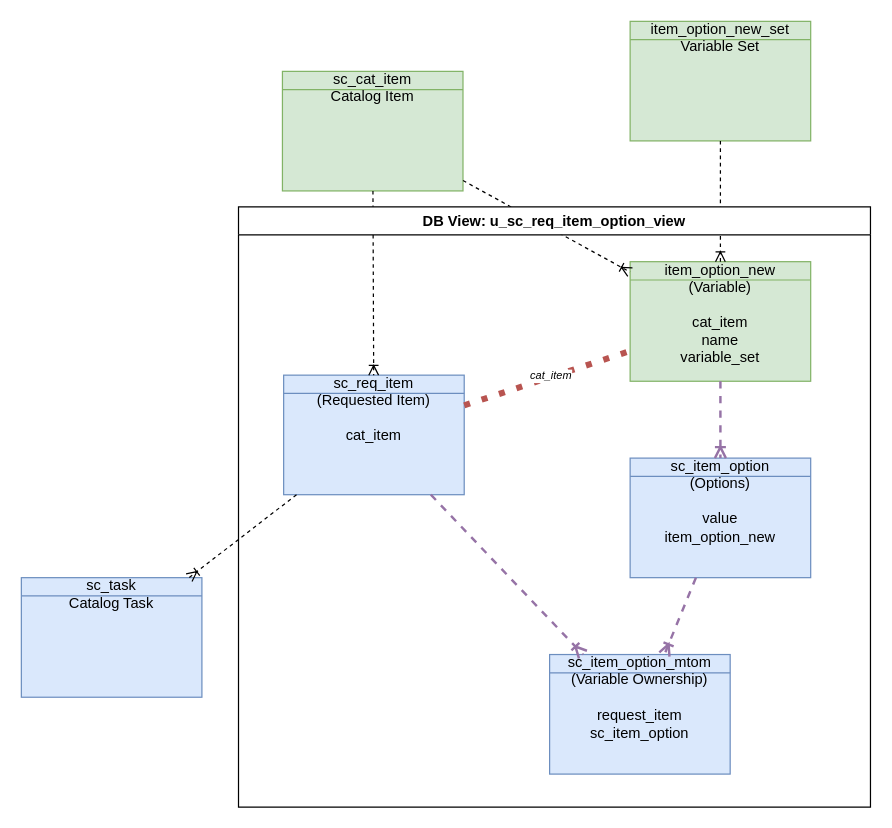
algimas/tmp keeps this draw.io diagram as page "Cat_PVS" (3 of 3) of DBsReClassV1.drawio. Above is the earlier version. Source tidied: cells renumbered, new cells numbered last; positions are measured from the earlier drawing's top-left corner, leaving out a move shared by most shapes. Both pictures are drawn from the tidied source at 122%, with x=0, y=0 at pixel (21, 21).
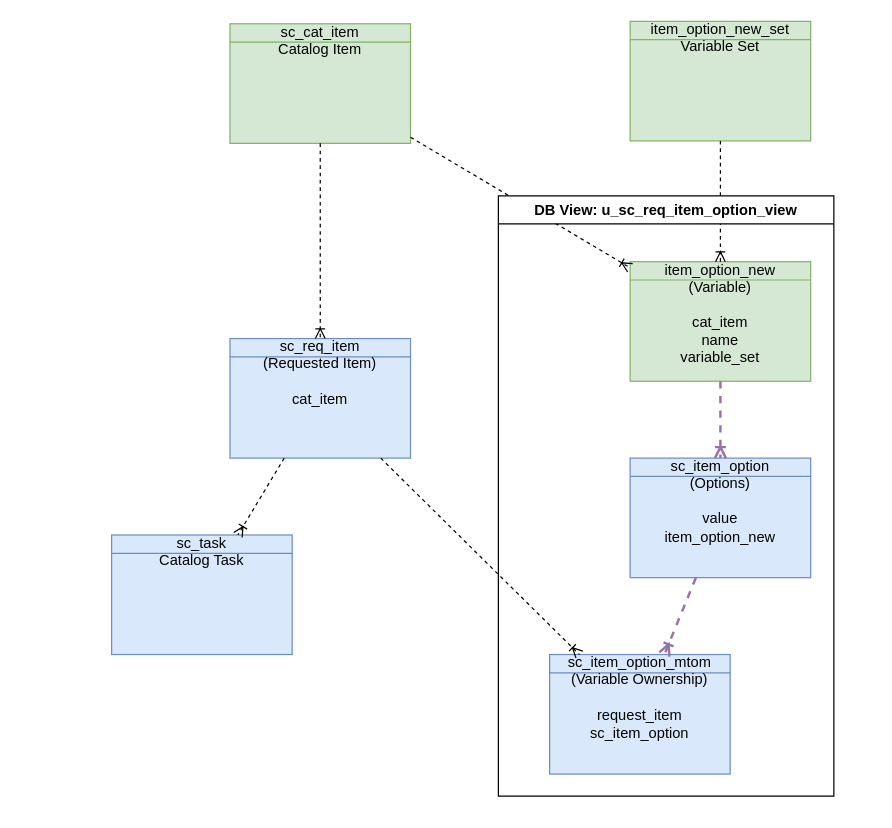
The same page after the edit.

Change to the diagram source:
```diff
@@
 <mxGraphModel>
   <root>
     <mxCell id="0" />
     <mxCell id="1" parent="0" />
     <mxCell id="2" value="item_option_new&lt;br&gt;(Variable)&lt;br&gt;&lt;br&gt;cat_item&lt;br&gt;name&lt;br&gt;variable_set" style="html=1;outlineConnect=0;whiteSpace=wrap;fillColor=#d5e8d4;shape=mxgraph.archimate3.businessObject;overflow=fill;strokeColor=#82b366;" parent="1" vertex="1">
       <mxGeometry x="499" y="197" width="148" height="98" as="geometry" />
     </mxCell>
     <mxCell id="3" value="sc_cat_item&lt;br&gt;Catalog Item" style="html=1;outlineConnect=0;whiteSpace=wrap;fillColor=#d5e8d4;shape=mxgraph.archimate3.businessObject;overflow=fill;strokeColor=#82b366;" parent="1" vertex="1">
-      <mxGeometry x="214" y="41" width="148" height="98" as="geometry" />
+      <mxGeometry x="171" y="2" width="148" height="98" as="geometry" />
     </mxCell>
     <mxCell id="4" style="html=1;dashed=1;labelBackgroundColor=none;startArrow=none;endArrow=ERoneToMany;fontFamily=Verdana;fontSize=12;align=left;startFill=0;" parent="1" edge="1" source="3" target="2">
       <mxGeometry relative="1" as="geometry" />
     </mxCell>
     <mxCell id="5" value="item_option_new_set&lt;br style=&quot;border-color: var(--border-color);&quot;&gt;Variable Set" style="html=1;outlineConnect=0;whiteSpace=wrap;fillColor=#d5e8d4;shape=mxgraph.archimate3.businessObject;overflow=fill;strokeColor=#82b366;" parent="1" vertex="1">
       <mxGeometry x="499" width="148" height="98" as="geometry" />
     </mxCell>
     <mxCell id="6" style="html=1;dashed=1;labelBackgroundColor=none;startArrow=none;endArrow=ERoneToMany;fontFamily=Verdana;fontSize=12;align=left;startFill=0;" parent="1" edge="1" source="5" target="2">
       <mxGeometry relative="1" as="geometry" />
     </mxCell>
     <mxCell id="7" value="sc_item_option_mtom&lt;br&gt;(Variable Ownership)&lt;br&gt;&lt;br&gt;request_item&lt;br&gt;sc_item_option" style="html=1;outlineConnect=0;whiteSpace=wrap;fillColor=#dae8fc;shape=mxgraph.archimate3.businessObject;overflow=fill;strokeColor=#6c8ebf;" parent="1" vertex="1">
       <mxGeometry x="433" y="519" width="148" height="98" as="geometry" />
     </mxCell>
     <mxCell id="8" value="sc_req_item&lt;br&gt;(Requested Item)&lt;br&gt;&lt;br&gt;cat_item" style="html=1;outlineConnect=0;whiteSpace=wrap;fillColor=#dae8fc;shape=mxgraph.archimate3.businessObject;overflow=fill;strokeColor=#6c8ebf;" parent="1" vertex="1">
-      <mxGeometry x="215" y="290" width="148" height="98" as="geometry" />
+      <mxGeometry x="171" y="260" width="148" height="98" as="geometry" />
     </mxCell>
-    <mxCell id="9" style="html=1;dashed=1;labelBackgroundColor=none;startArrow=none;endArrow=ERoneToMany;fontFamily=Verdana;fontSize=12;align=left;startFill=0;fillColor=#e1d5e7;strokeColor=#9673a6;strokeWidth=2;" parent="1" edge="1" source="8" target="7">
+    <mxCell id="9" style="html=1;dashed=1;labelBackgroundColor=none;startArrow=none;endArrow=ERoneToMany;fontFamily=Verdana;fontSize=12;align=left;startFill=0;fillColor=#e1d5e7;strokeColor=#000000;strokeWidth=1;" parent="1" edge="1" source="8" target="7">
       <mxGeometry relative="1" as="geometry" />
     </mxCell>
     <mxCell id="10" value="sc_item_option&lt;br&gt;(Options)&lt;br&gt;&lt;br&gt;value&lt;br&gt;item_option_new" style="html=1;outlineConnect=0;whiteSpace=wrap;fillColor=#dae8fc;shape=mxgraph.archimate3.businessObject;overflow=fill;strokeColor=#6c8ebf;" parent="1" vertex="1">
       <mxGeometry x="499" y="358" width="148" height="98" as="geometry" />
     </mxCell>
     <mxCell id="11" style="html=1;dashed=1;labelBackgroundColor=none;startArrow=none;endArrow=ERoneToMany;fontFamily=Verdana;fontSize=12;align=left;startFill=0;fillColor=#e1d5e7;strokeColor=#9673a6;strokeWidth=2;" parent="1" edge="1" source="10" target="7">
       <mxGeometry relative="1" as="geometry" />
     </mxCell>
     <mxCell id="12" value="sc_task&lt;br&gt;Catalog Task" style="html=1;outlineConnect=0;whiteSpace=wrap;fillColor=#dae8fc;shape=mxgraph.archimate3.businessObject;overflow=fill;strokeColor=#6c8ebf;" parent="1" vertex="1">
-      <mxGeometry y="456" width="148" height="98" as="geometry" />
+      <mxGeometry x="74" y="421" width="148" height="98" as="geometry" />
     </mxCell>
     <mxCell id="13" style="html=1;dashed=1;labelBackgroundColor=none;startArrow=none;endArrow=ERoneToMany;fontFamily=Verdana;fontSize=12;align=left;startFill=0;" parent="1" edge="1" source="8" target="12">
       <mxGeometry relative="1" as="geometry" />
     </mxCell>
     <mxCell id="14" style="html=1;dashed=1;labelBackgroundColor=none;startArrow=none;endArrow=ERoneToMany;fontFamily=Verdana;fontSize=12;align=left;startFill=0;" parent="1" edge="1" source="3" target="8">
       <mxGeometry relative="1" as="geometry" />
     </mxCell>
     <mxCell id="15" style="html=1;dashed=1;labelBackgroundColor=none;startArrow=none;endArrow=ERoneToMany;fontFamily=Verdana;fontSize=12;align=left;startFill=0;fillColor=#e1d5e7;strokeColor=#9673a6;strokeWidth=2;" parent="1" edge="1" source="2" target="10">
       <mxGeometry relative="1" as="geometry" />
     </mxCell>
     <mxCell id="16" value="DB View: u_sc_req_item_option_view" style="swimlane;" parent="1" vertex="1">
-      <mxGeometry x="178" y="152" width="518" height="492" as="geometry" />
+      <mxGeometry x="391" y="143" width="275" height="492" as="geometry" />
     </mxCell>
-    <mxCell id="17" style="endArrow=none;dashed=1;html=1;dashPattern=1 2;strokeWidth=5;rounded=0;strokeColor=#b85450;fillColor=#f8cecc;" parent="1" edge="1" source="8" target="2">
-      <mxGeometry relative="1" as="geometry" />
-    </mxCell>
-    <mxCell id="18" value="cat_item" style="edgeLabel;html=1;align=center;verticalAlign=middle;fontStyle=2;fontSize=9;" parent="17" vertex="1">
-      <mxGeometry x="0.04" y="1" relative="1" as="geometry" />
-    </mxCell>
   </root>
 </mxGraphModel>
```
